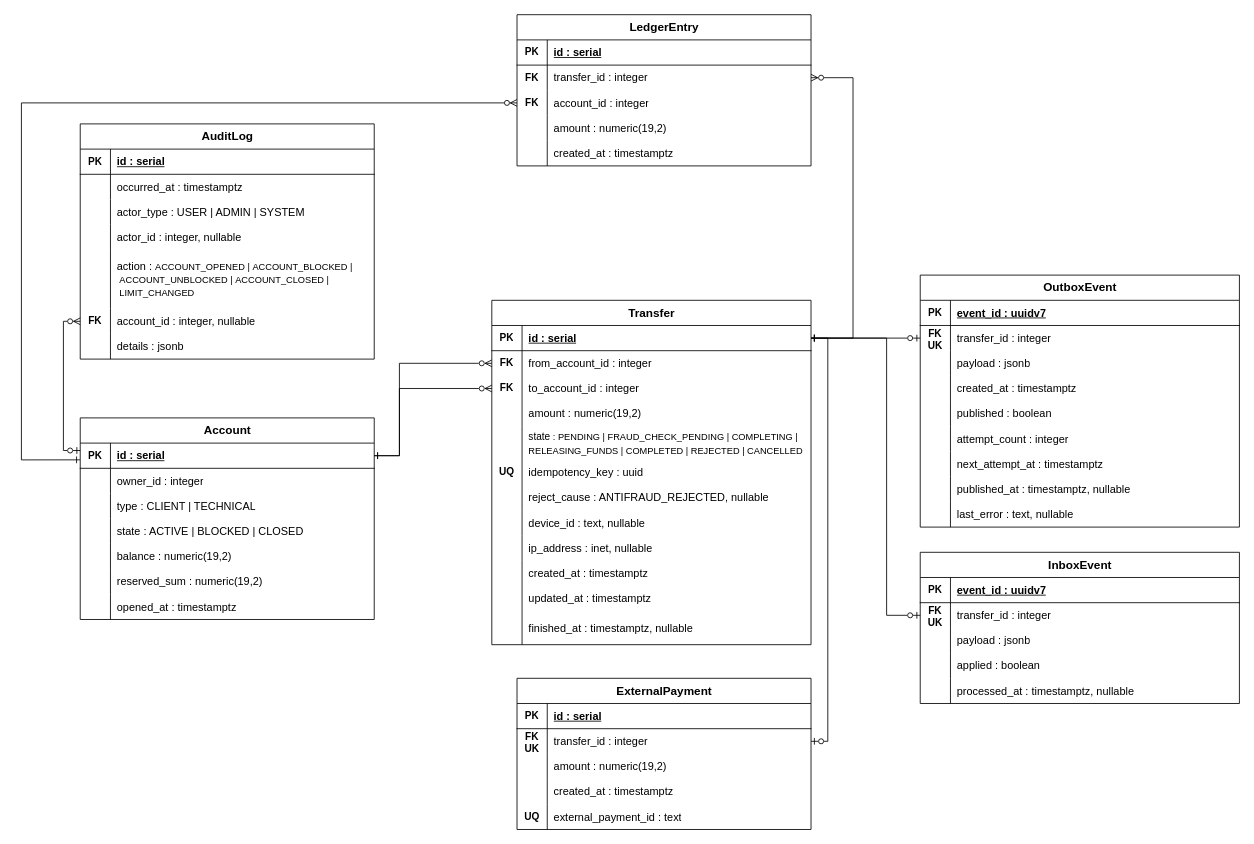
georgeboiko/e-bank keeps this draw.io diagram as page "Money" (2 of 3) of backend/docs/data-models/source/datalogic.drawio. Above is the earlier version. Source tidied: cells renumbered, new cells numbered last; positions are measured from the earlier drawing's top-left corner, leaving out a move shared by most shapes. Both pictures are drawn from the tidied source at 84%, with x=0, y=0 at pixel (21, 14).
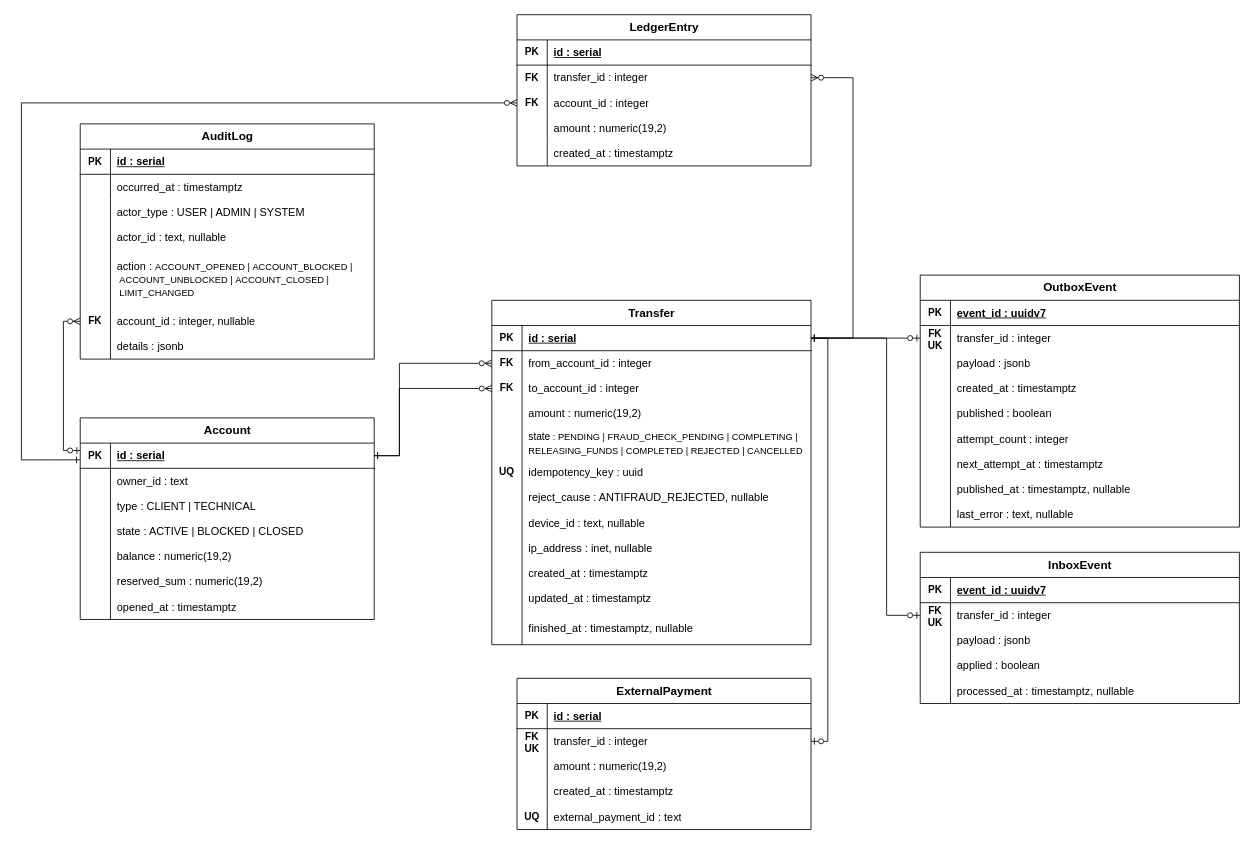
Above is the later version.

Unchanged cells that the change refers to:
```xml
<mxCell id="6" style="shape=tableRow;horizontal=0;startSize=0;swimlaneHead=0;swimlaneBody=0;fillColor=none;top=0;left=0;right=0;bottom=0;" parent="2" vertex="1">
  <mxGeometry y="60" width="350" height="30" as="geometry" />
</mxCell>
<mxCell id="87" style="shape=tableRow;horizontal=0;startSize=0;swimlaneHead=0;swimlaneBody=0;fillColor=none;top=0;left=0;right=0;bottom=0;" parent="77" vertex="1">
  <mxGeometry y="120" width="350" height="30" as="geometry" />
</mxCell>
```

What changed in the source:
```diff
@@
-    <mxCell id="8" value="owner_id : integer" style="shape=partialRectangle;fillColor=none;top=0;left=0;bottom=0;right=0;align=left;spacingLeft=6;fontStyle=0;overflow=hidden;whiteSpace=wrap;html=1;fontSize=13;" parent="6" vertex="1">
+    <mxCell id="8" value="owner_id : text" style="shape=partialRectangle;fillColor=none;top=0;left=0;bottom=0;right=0;align=left;spacingLeft=6;fontStyle=0;overflow=hidden;whiteSpace=wrap;html=1;fontSize=13;" parent="6" vertex="1">
       <mxGeometry x="36" width="314" height="30" as="geometry" />
     </mxCell>
@@
-    <mxCell id="89" value="actor_id : integer, nullable" style="shape=partialRectangle;fillColor=none;top=0;left=0;bottom=0;right=0;align=left;spacingLeft=6;fontStyle=0;overflow=hidden;whiteSpace=wrap;html=1;fontSize=13;" parent="87" vertex="1">
+    <mxCell id="89" value="actor_id : text, nullable" style="shape=partialRectangle;fillColor=none;top=0;left=0;bottom=0;right=0;align=left;spacingLeft=6;fontStyle=0;overflow=hidden;whiteSpace=wrap;html=1;fontSize=13;" parent="87" vertex="1">
       <mxGeometry x="36" width="314" height="30" as="geometry" />
     </mxCell>
```
